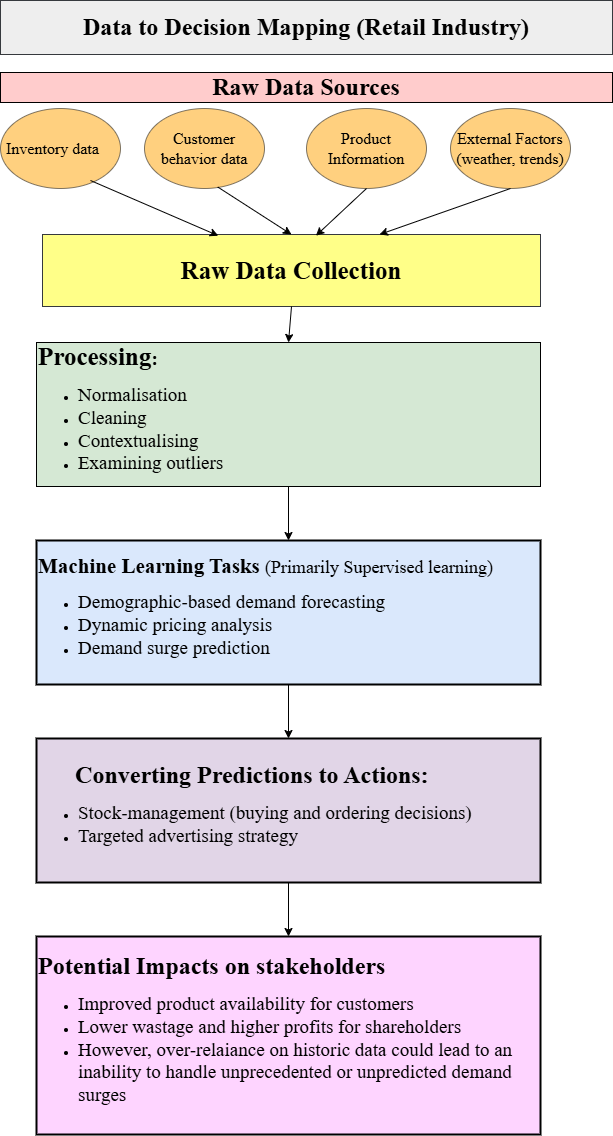
The draw.io diagram DRAFT-AAI_Unit_6_Consol_Act3_.drawio.png in Uchii1/Study-Python, before a commit. Source tidied: cells renumbered, new cells last; positions are measured from the earlier drawing's top-left corner, leaving out a move shared by most shapes.
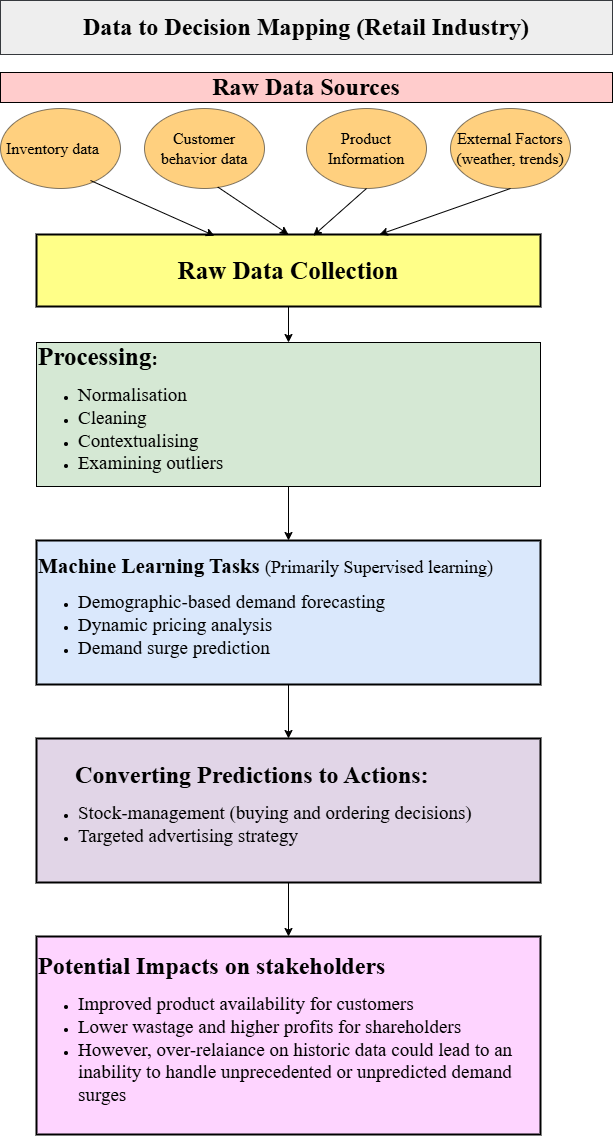
After the change.

What changed in the source:
```diff
@@ -2,8 +2,8 @@
   <root>
     <mxCell id="0" />
     <mxCell id="1" parent="0" />
-    <mxCell id="2" value="&lt;p style=&quot;&quot;&gt;&lt;b style=&quot;font-family: &amp;quot;Times New Roman&amp;quot;; background-color: transparent; color: light-dark(rgb(0, 0, 0), rgb(255, 255, 255));&quot;&gt;&lt;font style=&quot;font-size: 25px;&quot;&gt;Raw Data Collection&lt;/font&gt;&lt;/b&gt;&lt;/p&gt;" style="rounded=0;whiteSpace=wrap;html=1;align=center;fillColor=#ffff88;strokeColor=#36393d;" parent="1" vertex="1">
-      <mxGeometry x="42" y="234" width="498" height="72" as="geometry" />
+    <mxCell id="2" value="&lt;p style=&quot;&quot;&gt;&lt;b style=&quot;font-family: &amp;quot;Times New Roman&amp;quot;; background-color: transparent; color: light-dark(rgb(0, 0, 0), rgb(255, 255, 255));&quot;&gt;&lt;font style=&quot;font-size: 25px;&quot;&gt;Raw Data Collection&lt;/font&gt;&lt;/b&gt;&lt;/p&gt;" style="rounded=0;whiteSpace=wrap;html=1;align=center;fillColor=#ffff88;strokeColor=#000000;gradientColor=none;strokeWidth=2;" parent="1" vertex="1">
+      <mxGeometry x="36" y="234" width="504" height="72" as="geometry" />
     </mxCell>
     <mxCell id="3" value="&lt;font style=&quot;font-size: 16px;&quot;&gt;Inventory data&lt;span style=&quot;white-space: pre;&quot;&gt;&#9;&lt;/span&gt;&lt;/font&gt;" style="ellipse;whiteSpace=wrap;html=1;fontFamily=Times New Roman;fontSize=18;align=center;fillColor=light-dark(#ffa200, #EDEDED);opacity=50;" parent="1" vertex="1">
       <mxGeometry y="108" width="120" height="80" as="geometry" />
```
